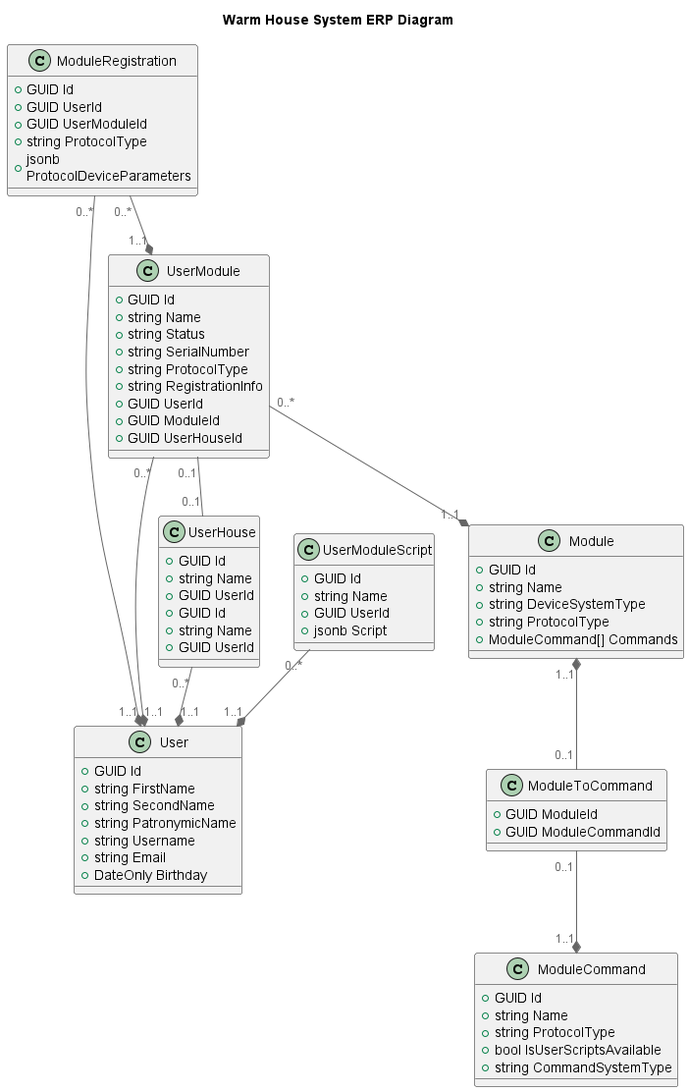
This is docs/diagrams/png/warmhouse-c4.to-be.ER/warmhouse-c4.to-be.ER.png from Alism0/architecture-sprint-3, a PlantUML export, as it was before one commit.
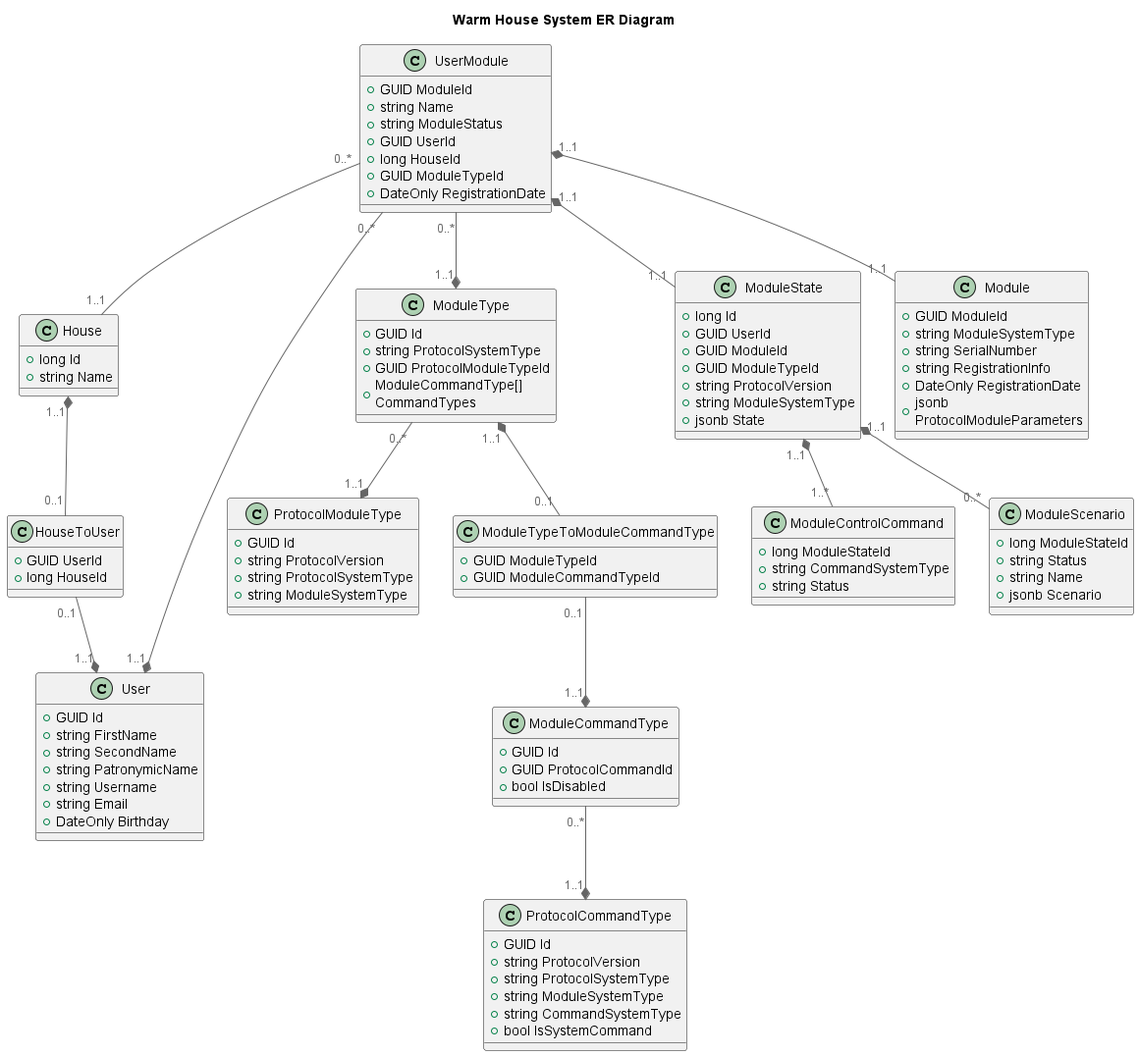
The same file after the commit.

The edit, as a diff of the source:
```diff
@@ -1,5 +1,5 @@
 @startuml
-title Warm House System ERP Diagram
+title Warm House System ER Diagram
 
 
 top to bottom direction
@@ -16,76 +16,107 @@
 + DateOnly Birthday
 }
 
-class ModuleCommand {
+class ProtocolCommandType {
 + GUID Id
-+ string Name
-+ string ProtocolType
-+ bool IsUserScriptsAvailable
++ string ProtocolVersion
++ string ProtocolSystemType
++ string ModuleSystemType
 + string CommandSystemType
++ bool IsSystemCommand
 }
 
-class ModuleToCommand {
+class ProtocolModuleType {
++ GUID Id
++ string ProtocolVersion
++ string ProtocolSystemType
++ string ModuleSystemType
+}
+
+class ModuleCommandType {
++ GUID Id
++ GUID ProtocolCommandId
++ bool IsDisabled
+}
+
+class ModuleTypeToModuleCommandType {
++ GUID ModuleTypeId
++ GUID ModuleCommandTypeId
+}
+
+class ModuleType {
++ GUID Id
++ string ProtocolSystemType
++ GUID ProtocolModuleTypeId
++ ModuleCommandType[] CommandTypes
+}
+
+class UserModule {
 + GUID ModuleId
-+ GUID ModuleCommandId
++ string Name
++ string ModuleStatus
++ GUID UserId
++ long HouseId
++ GUID ModuleTypeId
++ DateOnly RegistrationDate
+}
+
+class House {
++ long Id
++ string Name
+}
+
+class HouseToUser {
++ GUID UserId
++ long HouseId
+}
+
+class ModuleState {
++ long Id
++ GUID UserId
++ GUID ModuleId
++ GUID ModuleTypeId
++ string ProtocolVersion
++ string ModuleSystemType
++ jsonb State
+}
+
+class ModuleControlCommand {
++ long ModuleStateId
++ string CommandSystemType
++ string Status
+}
+
+class ModuleScenario {
++ long ModuleStateId
++ string Status
++ string Name
++ jsonb Scenario
 }
 
 class Module {
-+ GUID Id
-+ string Name
-+ string DeviceSystemType
-+ string ProtocolType
-+ ModuleCommand[] Commands
++ GUID ModuleId
++ string ModuleSystemType
++ string SerialNumber
++ string RegistrationInfo
++ DateOnly RegistrationDate
++ jsonb ProtocolModuleParameters
 }
 
-class UserModule {
-+ GUID Id
-+ string Name
-+ string Status
-+ string SerialNumber
-+ string ProtocolType
-+ string RegistrationInfo
-+ GUID UserId
-+ GUID ModuleId
-+ GUID UserHouseId
-}
+ModuleType "0..*" --* "1..1" ProtocolModuleType
+ModuleType "1..1" *-- "0..1" ModuleTypeToModuleCommandType
+ModuleTypeToModuleCommandType "0..1" --* "1..1" ModuleCommandType
+ModuleCommandType "0..*" --* "1..1" ProtocolCommandType
 
-class UserHouse {
-+ GUID Id
-+ string Name
-+ GUID UserId
-}
+UserModule "1..1" *-- "1..1" Module
+UserModule "1..1" *-- "1..1" ModuleState
+UserModule "0..*" --* "1..1" ModuleType
+UserModule "0..*" -- "1..1" House
+UserModule "0..*" --* "1..1" User
 
-class UserHouse {
-+ GUID Id
-+ string Name
-+ GUID UserId
-}
+House "1..1" *-- "0..1" HouseToUser
+HouseToUser "0..1" --* "1..1" User
 
-class UserModuleScript {
-+ GUID Id
-+ string Name
-+ GUID UserId
-+ jsonb Script
-}
-
-class ModuleRegistration {
-+ GUID Id
-+ GUID UserId
-+ GUID UserModuleId
-+ string ProtocolType
-+ jsonb ProtocolDeviceParameters
-}
-
-UserModule "0..*" --* "1..1" Module
-Module "1..1" *-- "0..1" ModuleToCommand
-ModuleToCommand "0..1" --* "1..1" ModuleCommand
-UserModule "0..1" -- "0..1" UserHouse
-
-UserModule "0..*" --* "1..1" User
-UserHouse "0..*" --* "1..1" User
-UserModuleScript "0..*" --* "1..1" User
-
-ModuleRegistration "0..*" --* "1..1" User
-ModuleRegistration "0..*" --* "1..1" UserModule
+ModuleState "1..1" *-- "0..*" ModuleScenario
+ModuleState "1..1" *-- "1..*" ModuleControlCommand
 
 @enduml
```
